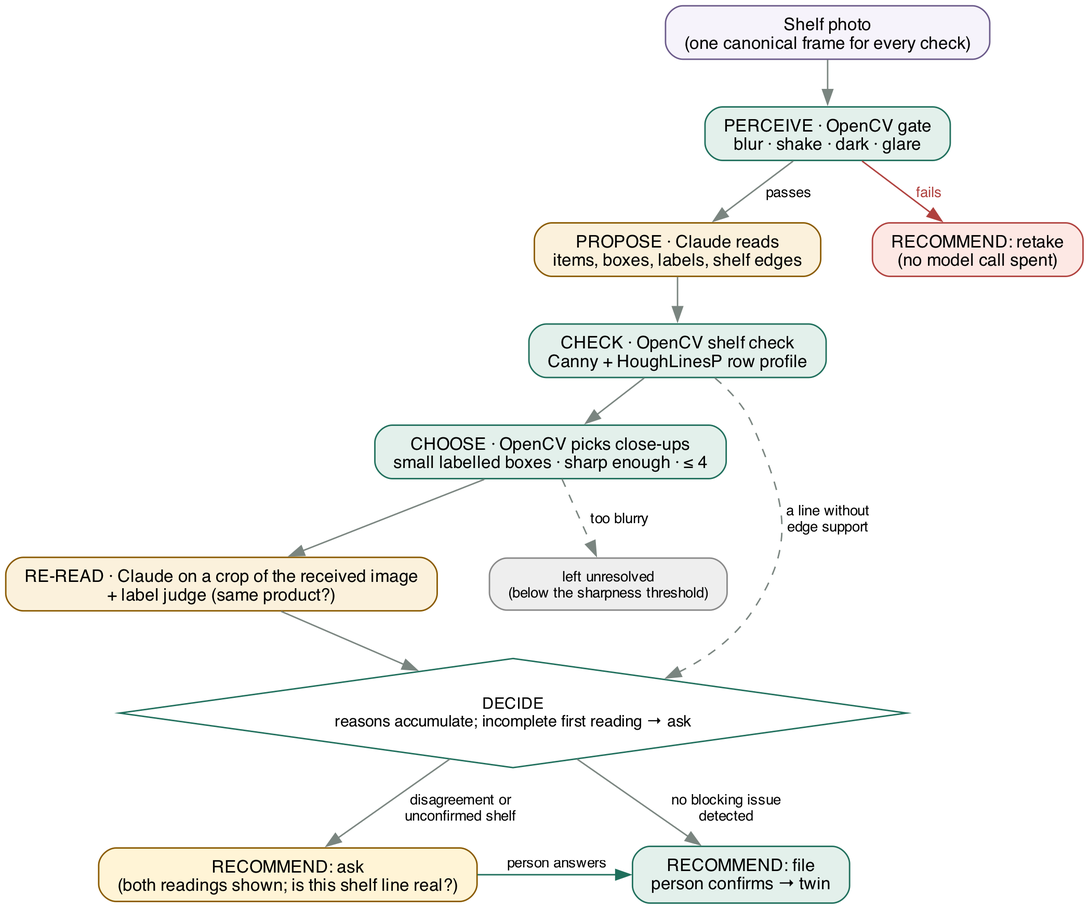
Above: docs/architecture/agent_loop.png in juanpark/glass-pantry-opencv (Graphviz), before the change. Its source is kept beside it as docs/architecture/agent_loop.dot.
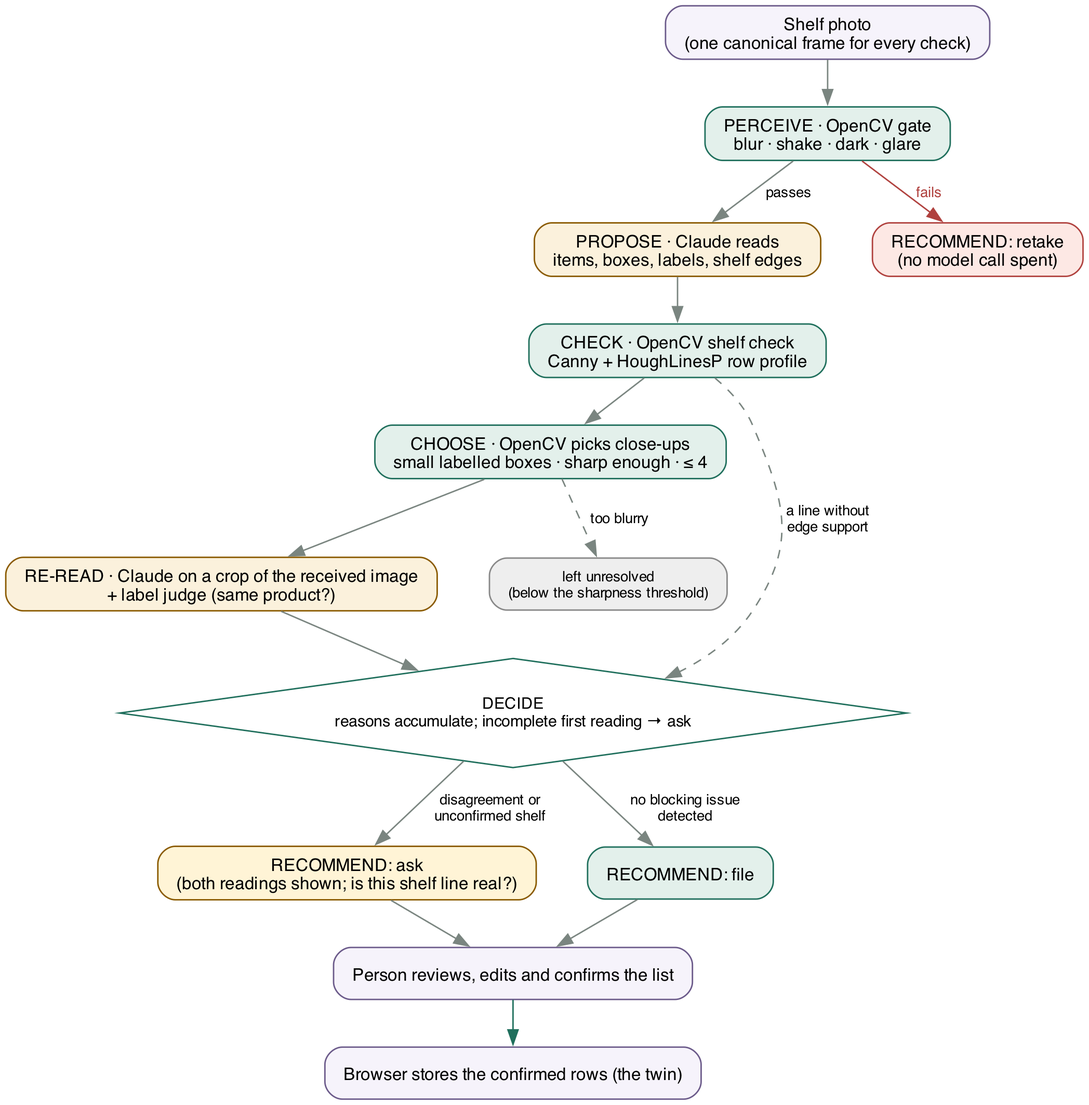
The same diagram one commit later.

Commit message:
Docs claims R3: person confirms outside the engine in the agent figure; consent notice described as it is; gate wording; page says photos are not kept

Diff of the diagram source:
```diff
@@ -12,7 +12,9 @@
   decide  [label="DECIDE\nreasons accumulate; incomplete first reading → ask", shape=diamond, style="filled", fillcolor="#ffffff", fontsize=11];
   retake  [label="RECOMMEND: retake\n(no model call spent)", fillcolor="#fde8e4", color="#b0413e"];
   ask     [label="RECOMMEND: ask\n(both readings shown; is this shelf line real?)", fillcolor="#fff4d6", color="#8a5a00"];
-  file    [label="RECOMMEND: file\nperson confirms → twin", fillcolor="#e3f0eb"];
+  file    [label="RECOMMEND: file", fillcolor="#e3f0eb"];
+  person  [label="Person reviews, edits and confirms the list", fillcolor="#f6f3fb", color="#6b5a8a"];
+  store   [label="Browser stores the confirmed rows (the twin)", fillcolor="#f6f3fb", color="#6b5a8a"];
   skip    [label="left unresolved\n(below the sharpness threshold)", fillcolor="#eeeeee", color="#888888", fontsize=10];
 
   photo -> gate;
@@ -23,7 +25,7 @@
   pick -> skip [label=" too blurry", style=dashed];
   decide -> ask [label=" disagreement or\n unconfirmed shelf"];
   decide -> file [label=" no blocking issue\n detected"];
-  ask -> file [label=" person answers", color="#1f6f5c"];
+  ask -> person; file -> person; person -> store [color="#1f6f5c"];
   { rank=same; retake; read; }
   { rank=same; ask; file; }
 }
```
